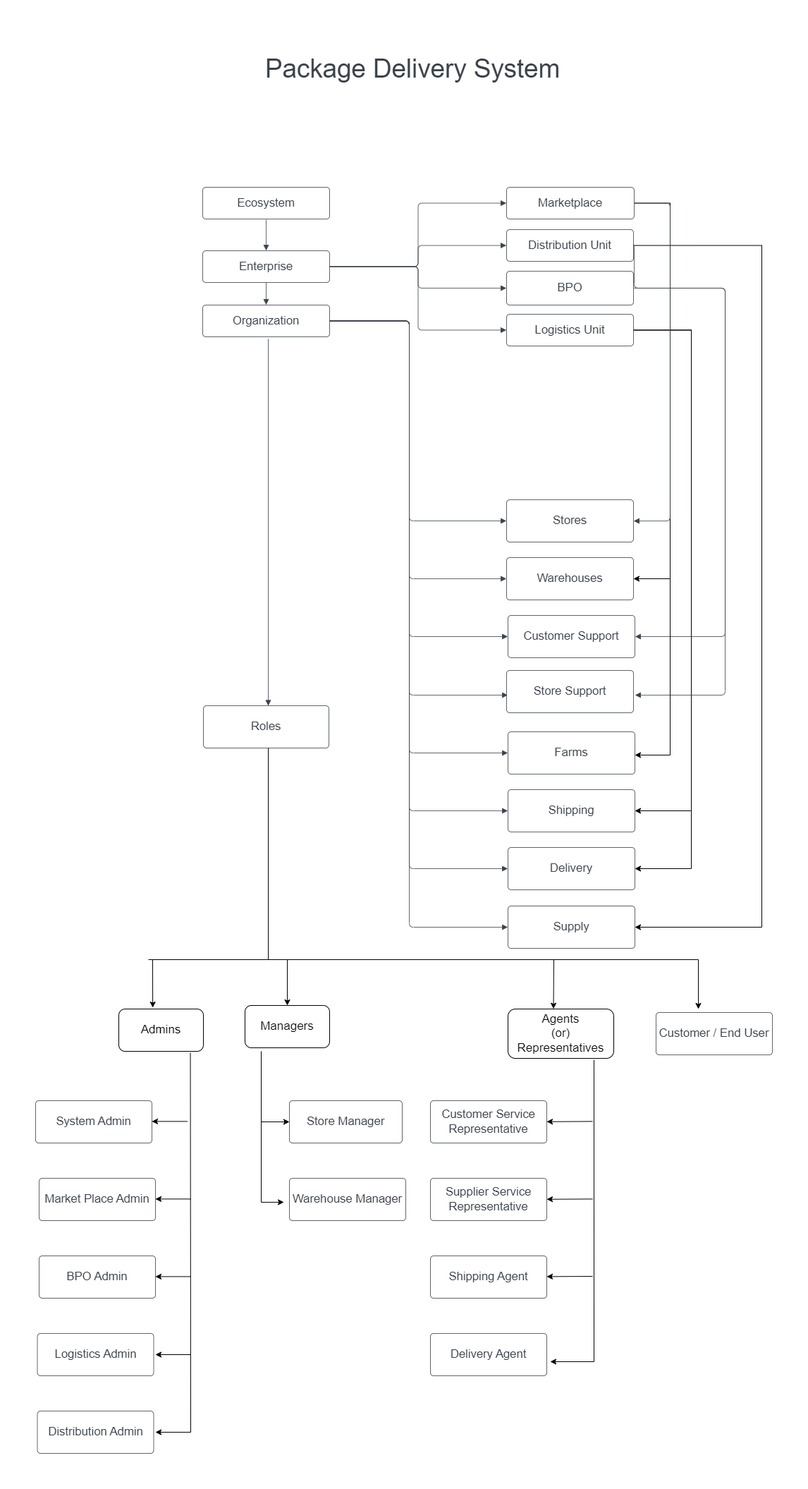
Earlier version of the draw.io export Design & Workflow/Workflow.drawio.png (aditya-kanala/AED_FinalProject_MAM). Source tidied: cells renumbered, new cells last; positions are measured from the earlier drawing's top-left corner, leaving out a move shared by most shapes.
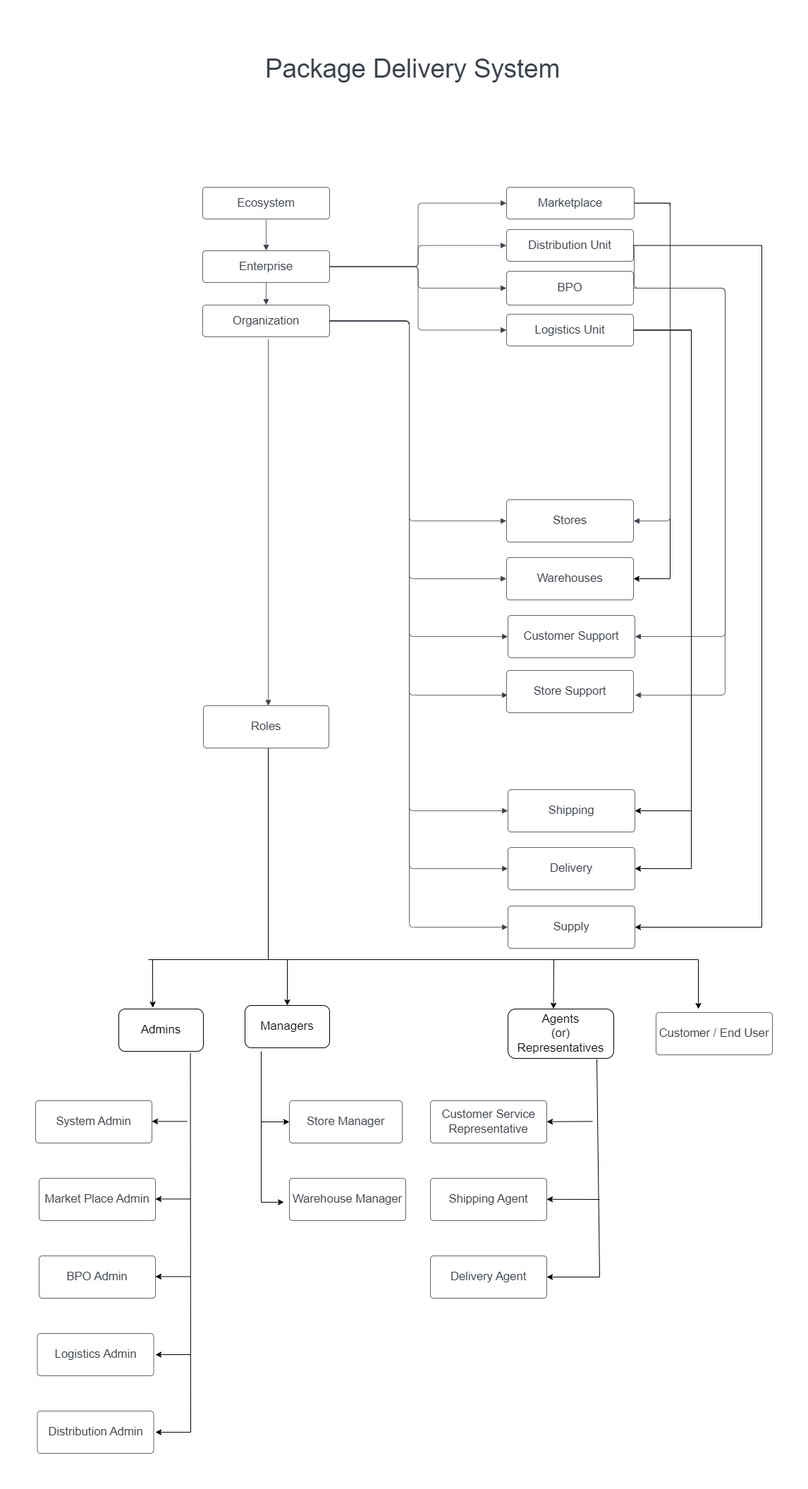
The same file after the commit.

The edit, as a diff of the source:
```diff
@@ -60,9 +60,6 @@
     <mxCell id="13" value="Customer Support" style="html=1;overflow=block;blockSpacing=1;whiteSpace=wrap;fontSize=16.7;fontColor=#3a414a;spacing=3.8;strokeColor=#3a414a;strokeOpacity=100;rounded=1;absoluteArcSize=1;arcSize=9;strokeWidth=0.8;" parent="1" vertex="1">
       <mxGeometry x="670" y="822" width="180" height="60" as="geometry" />
     </mxCell>
-    <mxCell id="14" value="Farms" style="html=1;overflow=block;blockSpacing=1;whiteSpace=wrap;fontSize=16.7;fontColor=#3a414a;spacing=3.8;strokeColor=#3a414a;strokeOpacity=100;rounded=1;absoluteArcSize=1;arcSize=9;strokeWidth=0.8;" parent="1" vertex="1">
-      <mxGeometry x="670" y="987" width="180" height="60" as="geometry" />
-    </mxCell>
     <mxCell id="15" value="Package Delivery System" style="html=1;overflow=block;blockSpacing=1;whiteSpace=wrap;fontSize=36.7;fontColor=#3a414a;spacing=3.8;strokeOpacity=0;fillOpacity=0;rounded=1;absoluteArcSize=1;arcSize=9;fillColor=#ffffff;strokeWidth=0.8;" parent="1" vertex="1">
       <mxGeometry x="280" width="510" height="95" as="geometry" />
     </mxCell>
@@ -181,14 +178,6 @@
         </Array>
       </mxGeometry>
     </mxCell>
-    <mxCell id="40" style="html=1;jettySize=18;whiteSpace=wrap;fontSize=13;strokeColor=#3a414a;strokeOpacity=100;strokeWidth=0.8;rounded=1;arcSize=12;edgeStyle=orthogonalEdgeStyle;startArrow=none;endArrow=block;endFill=1;exitX=1.002;exitY=0.5;exitPerimeter=0;entryX=-0.002;entryY=0.5;entryPerimeter=0;" parent="1" edge="1" source="34" target="14">
-      <mxGeometry relative="1" as="geometry">
-        <Array as="points">
-          <mxPoint x="530" y="405" />
-          <mxPoint x="530" y="1017" />
-        </Array>
-      </mxGeometry>
-    </mxCell>
     <mxCell id="41" style="html=1;jettySize=18;whiteSpace=wrap;fontSize=13;strokeColor=#3a414a;strokeOpacity=100;strokeWidth=0.8;rounded=1;arcSize=12;edgeStyle=orthogonalEdgeStyle;startArrow=none;endArrow=block;endFill=1;exitX=1.002;exitY=0.5;exitPerimeter=0;entryX=-0.002;entryY=0.5;entryPerimeter=0;" parent="1" edge="1" source="34" target="16">
       <mxGeometry relative="1" as="geometry">
         <Array as="points">
@@ -231,23 +220,11 @@
     <mxCell id="49" value="Store Support" style="html=1;overflow=block;blockSpacing=1;whiteSpace=wrap;fontSize=16.7;fontColor=#3a414a;spacing=3.8;strokeColor=#3a414a;strokeOpacity=100;rounded=1;absoluteArcSize=1;arcSize=9;strokeWidth=0.8;" parent="1" vertex="1">
       <mxGeometry x="668" y="900" width="180" height="60" as="geometry" />
     </mxCell>
-    <mxCell id="50" style="endArrow=classic;html=1;rounded=0;" parent="1" edge="1">
-      <mxGeometry relative="1" as="geometry">
-        <mxPoint x="900" y="770" as="sourcePoint" />
-        <mxPoint x="850" y="1020" as="targetPoint" />
-        <Array as="points">
-          <mxPoint x="900" y="1020" />
-        </Array>
-      </mxGeometry>
-    </mxCell>
-    <mxCell id="51" value="Supplier Service Representative" style="html=1;overflow=block;blockSpacing=1;whiteSpace=wrap;fontSize=16.7;fontColor=#3a414a;spacing=3.8;strokeColor=#3a414a;strokeOpacity=100;rounded=1;absoluteArcSize=1;arcSize=9;strokeWidth=0.8;" parent="1" vertex="1">
-      <mxGeometry x="560" y="1620" width="165" height="60" as="geometry" />
-    </mxCell>
     <mxCell id="52" value="Shipping Agent" style="html=1;overflow=block;blockSpacing=1;whiteSpace=wrap;fontSize=16.7;fontColor=#3a414a;spacing=3.8;strokeColor=#3a414a;strokeOpacity=100;rounded=1;absoluteArcSize=1;arcSize=9;strokeWidth=0.8;" parent="1" vertex="1">
-      <mxGeometry x="560" y="1730" width="165" height="60" as="geometry" />
+      <mxGeometry x="560" y="1620" width="165" height="60" as="geometry" />
     </mxCell>
     <mxCell id="53" value="Delivery Agent" style="html=1;overflow=block;blockSpacing=1;whiteSpace=wrap;fontSize=16.7;fontColor=#3a414a;spacing=3.8;strokeColor=#3a414a;strokeOpacity=100;rounded=1;absoluteArcSize=1;arcSize=9;strokeWidth=0.8;" parent="1" vertex="1">
-      <mxGeometry x="560" y="1840" width="165" height="60" as="geometry" />
+      <mxGeometry x="560" y="1730" width="165" height="60" as="geometry" />
     </mxCell>
     <mxCell id="54" value="Customer / End User" style="html=1;overflow=block;blockSpacing=1;whiteSpace=wrap;fontSize=16.7;fontColor=#3a414a;spacing=3.8;strokeColor=#3a414a;strokeOpacity=100;rounded=1;absoluteArcSize=1;arcSize=9;strokeWidth=0.8;" parent="1" vertex="1">
       <mxGeometry x="880" y="1385" width="165" height="60" as="geometry" />
@@ -321,23 +298,9 @@
         <mxPoint x="165" y="1539.4" as="targetPoint" />
       </mxGeometry>
     </mxCell>
-    <mxCell id="68" style="endArrow=classic;html=1;rounded=0;fontSize=17;exitX=0.813;exitY=1.032;exitDx=0;exitDy=0;exitPerimeter=0;" parent="1" edge="1" source="57">
-      <mxGeometry relative="1" as="geometry">
-        <mxPoint x="730" y="1880" as="targetPoint" />
-        <Array as="points">
-          <mxPoint x="792" y="1880" />
-        </Array>
-      </mxGeometry>
-    </mxCell>
-    <mxCell id="69" style="endArrow=classic;html=1;rounded=0;fontSize=17;" parent="1" edge="1">
-      <mxGeometry relative="1" as="geometry">
-        <mxPoint x="790" y="1759" as="sourcePoint" />
-        <mxPoint x="725" y="1759.4" as="targetPoint" />
-      </mxGeometry>
-    </mxCell>
     <mxCell id="70" style="endArrow=classic;html=1;rounded=0;fontSize=17;" parent="1" edge="1">
       <mxGeometry relative="1" as="geometry">
-        <mxPoint x="790" y="1649.4" as="sourcePoint" />
+        <mxPoint x="800" y="1650" as="sourcePoint" />
         <mxPoint x="725" y="1649.8" as="targetPoint" />
       </mxGeometry>
     </mxCell>
@@ -361,5 +324,12 @@
         <mxPoint x="360" y="1540" as="targetPoint" />
       </mxGeometry>
     </mxCell>
+    <mxCell id="74" style="endArrow=classic;html=1;rounded=0;exitX=0.84;exitY=1.019;exitDx=0;exitDy=0;exitPerimeter=0;entryX=1;entryY=0.5;entryDx=0;entryDy=0;" parent="1" edge="1" source="57" target="53">
+      <mxGeometry relative="1" as="geometry">
+        <Array as="points">
+          <mxPoint x="800" y="1760" />
+        </Array>
+      </mxGeometry>
+    </mxCell>
   </root>
 </mxGraphModel>
```
